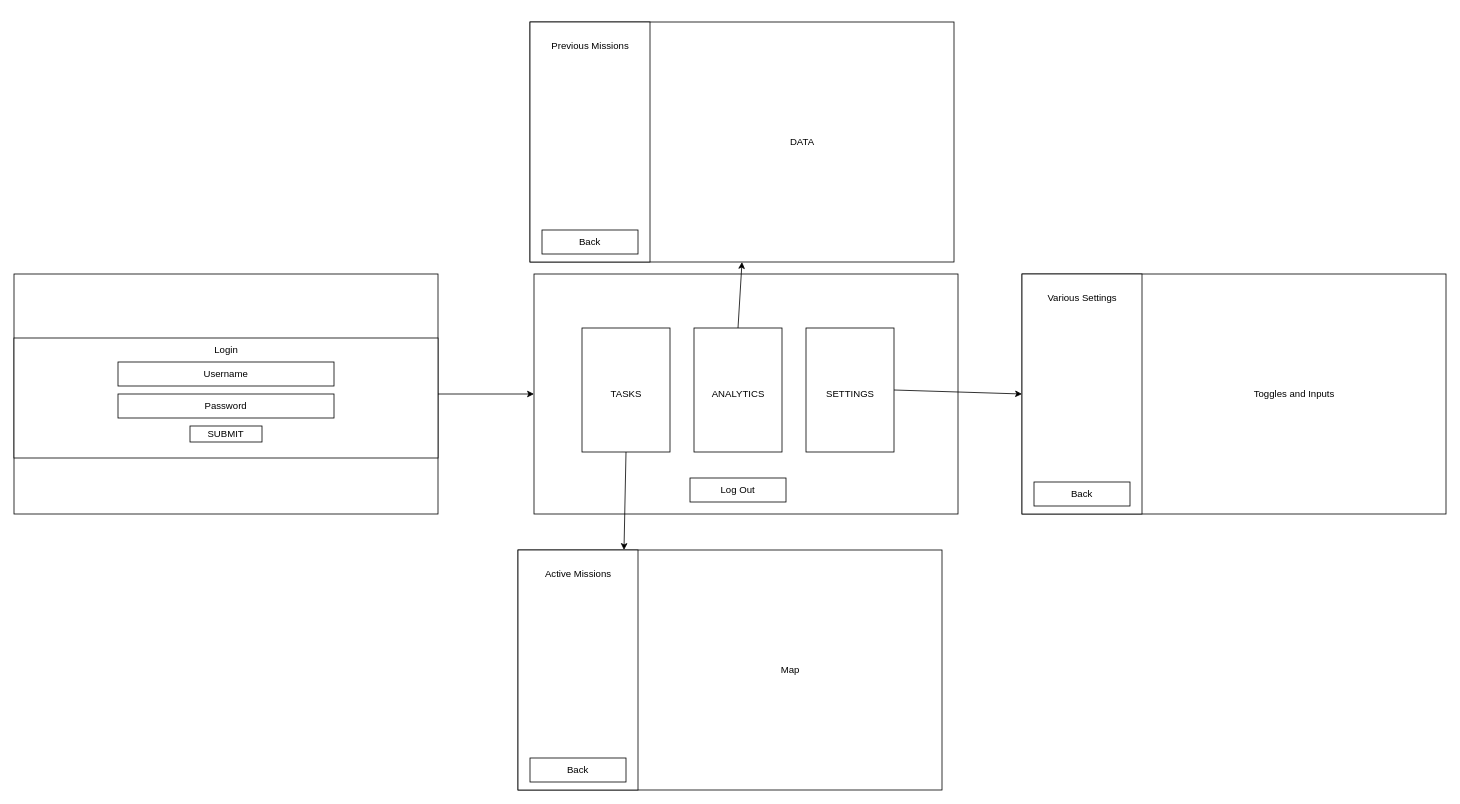
Before: WebUI Wireframe.drawio in Interaze/OnTheSpot, a draw.io diagram. Source tidied: cells renumbered, new cells numbered last; positions are measured from the earlier drawing's top-left corner, leaving out a move shared by most shapes. Both pictures are drawn from the tidied source at 80%, with x=0, y=0 at pixel (14, 22).
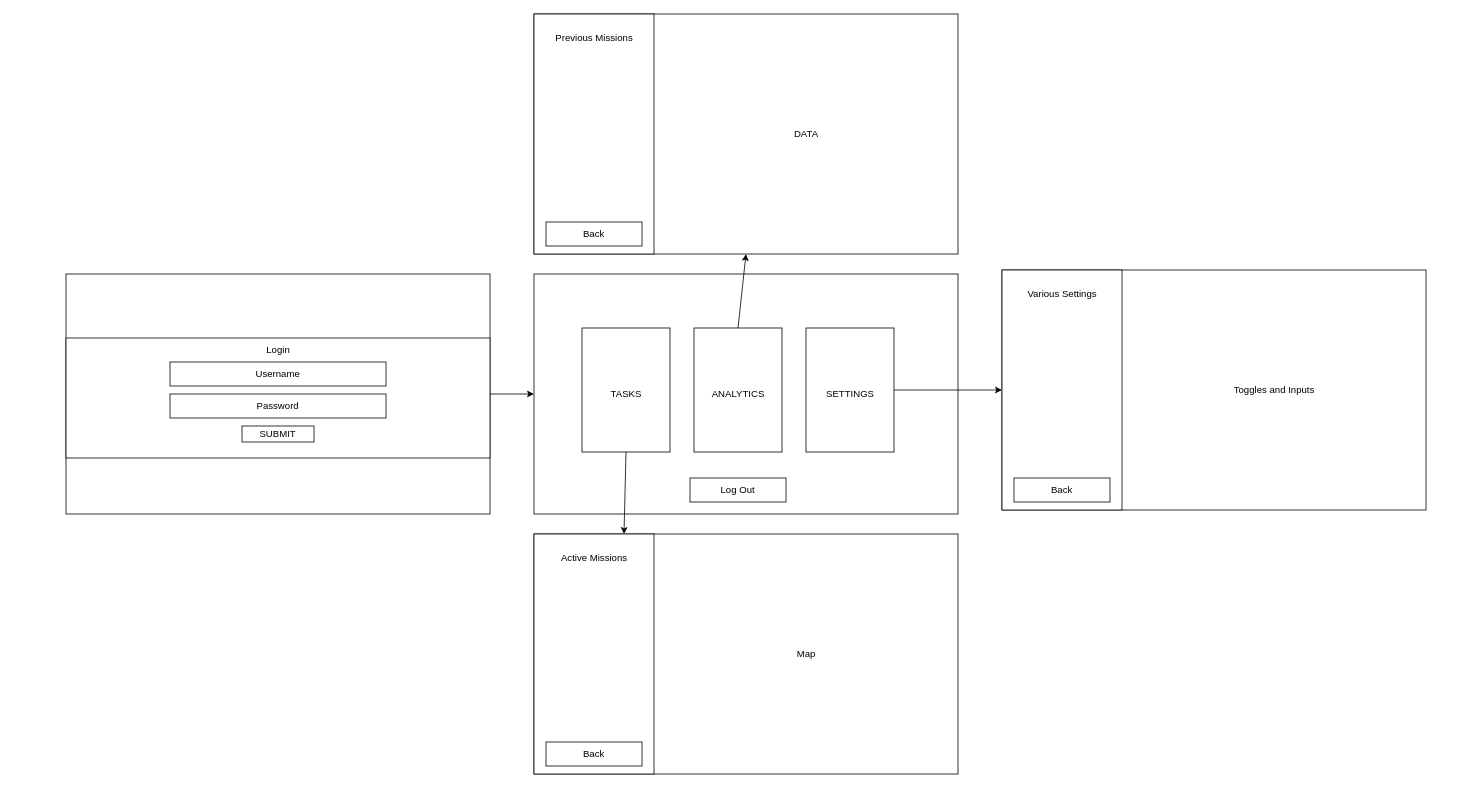
The same page after the edit.

Commit message (it also covers changes not shown here):
Still working on Login page

Unchanged cells that the change refers to:
```xml
<mxCell id="16" style="rounded=0;whiteSpace=wrap;html=1;" parent="1" vertex="1">
  <mxGeometry x="710" y="382.5" width="110" height="155" as="geometry" />
</mxCell>
```

What changed in the source:
```diff
@@
     <mxCell id="2" style="rounded=0;whiteSpace=wrap;html=1;" parent="1" vertex="1">
-      <mxGeometry x="630" y="660" width="530" height="300" as="geometry" />
+      <mxGeometry x="650" y="640" width="530" height="300" as="geometry" />
     </mxCell>
     <mxCell id="3" style="rounded=0;whiteSpace=wrap;html=1;" parent="1" vertex="1">
-      <mxGeometry x="630" y="660" width="150" height="300" as="geometry" />
+      <mxGeometry x="650" y="640" width="150" height="300" as="geometry" />
     </mxCell>
     <mxCell id="4" value="Active Missions" style="text;html=1;align=center;verticalAlign=middle;strokeColor=none;fillColor=none;" parent="1" vertex="1">
-      <mxGeometry x="655" y="680" width="100" height="20" as="geometry" />
+      <mxGeometry x="675" y="660" width="100" height="20" as="geometry" />
     </mxCell>
     <mxCell id="5" value="Map" style="text;html=1;align=center;verticalAlign=middle;strokeColor=none;fillColor=none;" parent="1" vertex="1">
-      <mxGeometry x="950" y="800" width="40" height="20" as="geometry" />
+      <mxGeometry x="970" y="780" width="40" height="20" as="geometry" />
     </mxCell>
     <mxCell id="6" value="Back" style="rounded=0;whiteSpace=wrap;html=1;" parent="1" vertex="1">
-      <mxGeometry x="645" y="920" width="120" height="30" as="geometry" />
+      <mxGeometry x="665" y="900" width="120" height="30" as="geometry" />
     </mxCell>
@@
     <mxCell id="8" style="rounded=0;whiteSpace=wrap;html=1;" parent="1" vertex="1">
-      <mxGeometry y="315" width="530" height="300" as="geometry" />
+      <mxGeometry x="65" y="315" width="530" height="300" as="geometry" />
     </mxCell>
     <mxCell id="9" style="rounded=0;whiteSpace=wrap;html=1;" parent="1" vertex="1">
-      <mxGeometry y="395" width="530" height="150" as="geometry" />
+      <mxGeometry x="65" y="395" width="530" height="150" as="geometry" />
     </mxCell>
     <mxCell id="10" value="Username" style="rounded=0;whiteSpace=wrap;html=1;" parent="1" vertex="1">
-      <mxGeometry x="130" y="425" width="270" height="30" as="geometry" />
+      <mxGeometry x="195" y="425" width="270" height="30" as="geometry" />
     </mxCell>
     <mxCell id="11" value="Password" style="rounded=0;whiteSpace=wrap;html=1;" parent="1" vertex="1">
-      <mxGeometry x="130" y="465" width="270" height="30" as="geometry" />
+      <mxGeometry x="195" y="465" width="270" height="30" as="geometry" />
     </mxCell>
     <mxCell id="12" value="SUBMIT" style="rounded=0;whiteSpace=wrap;html=1;" parent="1" vertex="1">
-      <mxGeometry x="220" y="505" width="90" height="20" as="geometry" />
+      <mxGeometry x="285" y="505" width="90" height="20" as="geometry" />
     </mxCell>
     <mxCell id="13" value="Login" style="text;html=1;align=center;verticalAlign=middle;strokeColor=none;fillColor=none;" parent="1" vertex="1">
-      <mxGeometry x="245" y="400" width="40" height="20" as="geometry" />
+      <mxGeometry x="310" y="400" width="40" height="20" as="geometry" />
     </mxCell>
@@
-    <mxCell id="15" style="edgeStyle=none;html=1;exitX=0.5;exitY=1;exitDx=0;exitDy=0;entryX=0.25;entryY=0;entryDx=0;entryDy=0;" parent="1" edge="1" source="16" target="2">
+    <mxCell id="15" style="edgeStyle=none;html=1;exitX=0.5;exitY=1;exitDx=0;exitDy=0;entryX=0.75;entryY=0;entryDx=0;entryDy=0;" parent="1" edge="1" source="16" target="3">
       <mxGeometry relative="1" as="geometry" />
     </mxCell>
@@
     <mxCell id="25" style="rounded=0;whiteSpace=wrap;html=1;" parent="1" vertex="1">
-      <mxGeometry x="645" width="530" height="300" as="geometry" />
+      <mxGeometry x="650" y="-10" width="530" height="300" as="geometry" />
     </mxCell>
     <mxCell id="26" style="rounded=0;whiteSpace=wrap;html=1;" parent="1" vertex="1">
-      <mxGeometry x="645" width="150" height="300" as="geometry" />
+      <mxGeometry x="650" y="-10" width="150" height="300" as="geometry" />
     </mxCell>
     <mxCell id="27" value="Previous Missions" style="text;html=1;align=center;verticalAlign=middle;strokeColor=none;fillColor=none;" parent="1" vertex="1">
-      <mxGeometry x="665" y="20" width="110" height="20" as="geometry" />
+      <mxGeometry x="670" y="10" width="110" height="20" as="geometry" />
     </mxCell>
     <mxCell id="28" value="DATA" style="text;html=1;align=center;verticalAlign=middle;strokeColor=none;fillColor=none;" parent="1" vertex="1">
-      <mxGeometry x="960" y="140" width="50" height="20" as="geometry" />
+      <mxGeometry x="965" y="130" width="50" height="20" as="geometry" />
     </mxCell>
     <mxCell id="29" value="Back" style="rounded=0;whiteSpace=wrap;html=1;" parent="1" vertex="1">
-      <mxGeometry x="660" y="260" width="120" height="30" as="geometry" />
+      <mxGeometry x="665" y="250" width="120" height="30" as="geometry" />
     </mxCell>
     <mxCell id="30" style="rounded=0;whiteSpace=wrap;html=1;" parent="1" vertex="1">
-      <mxGeometry x="1260" y="315" width="530" height="300" as="geometry" />
+      <mxGeometry x="1235" y="310" width="530" height="300" as="geometry" />
     </mxCell>
     <mxCell id="31" style="rounded=0;whiteSpace=wrap;html=1;" parent="1" vertex="1">
-      <mxGeometry x="1260" y="315" width="150" height="300" as="geometry" />
+      <mxGeometry x="1235" y="310" width="150" height="300" as="geometry" />
     </mxCell>
     <mxCell id="32" value="Various Settings" style="text;html=1;align=center;verticalAlign=middle;strokeColor=none;fillColor=none;" parent="1" vertex="1">
-      <mxGeometry x="1285" y="335" width="100" height="20" as="geometry" />
+      <mxGeometry x="1260" y="330" width="100" height="20" as="geometry" />
     </mxCell>
     <mxCell id="33" value="Toggles and Inputs" style="text;html=1;align=center;verticalAlign=middle;strokeColor=none;fillColor=none;" parent="1" vertex="1">
-      <mxGeometry x="1540" y="455" width="120" height="20" as="geometry" />
+      <mxGeometry x="1515" y="450" width="120" height="20" as="geometry" />
     </mxCell>
     <mxCell id="34" value="Back" style="rounded=0;whiteSpace=wrap;html=1;" parent="1" vertex="1">
-      <mxGeometry x="1275" y="575" width="120" height="30" as="geometry" />
+      <mxGeometry x="1250" y="570" width="120" height="30" as="geometry" />
     </mxCell>
```
